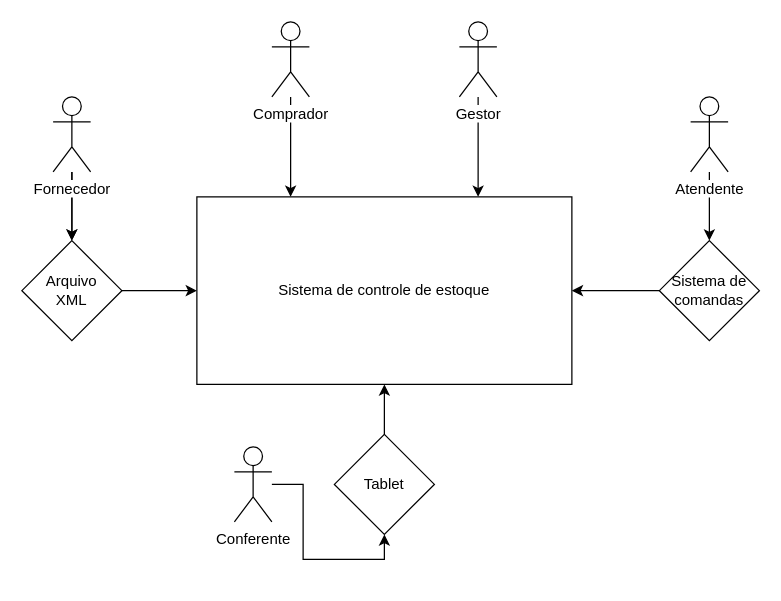
faconta/OPE keeps this draw.io diagram as Diagramas/Diagram OPE.drawio. Above is the earlier version. Source tidied: cells renumbered, new cells numbered last; positions are measured from the earlier drawing's top-left corner, leaving out a move shared by most shapes. Both pictures are drawn from the tidied source at 125%, with x=0, y=0 at pixel (21, 21).
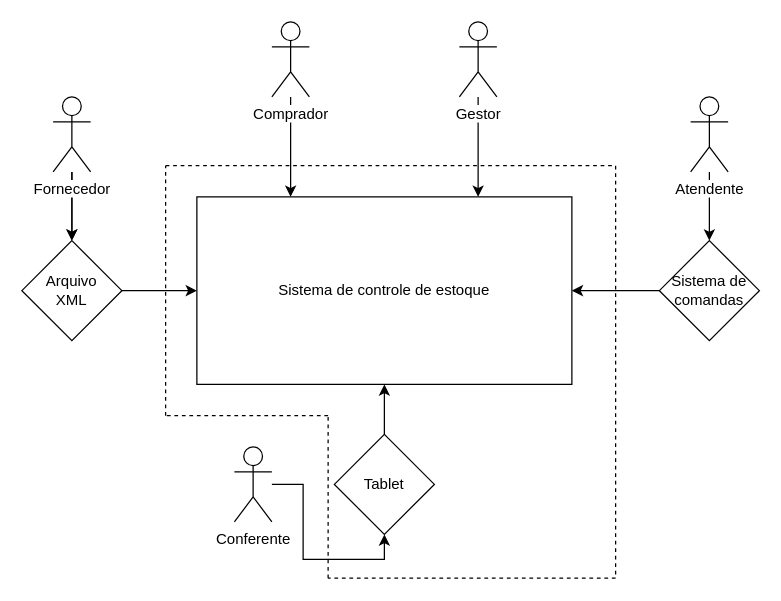
The same diagram, later.

Change to the diagram source:
```diff
@@
+    <mxCell id="20" style="endArrow=none;dashed=1;html=1;" parent="1" edge="1">
+      <mxGeometry relative="1" as="geometry">
+        <mxPoint x="115" y="315" as="sourcePoint" />
+        <mxPoint x="115" y="115" as="targetPoint" />
+      </mxGeometry>
+    </mxCell>
+    <mxCell id="21" style="endArrow=none;dashed=1;html=1;" parent="1" edge="1">
+      <mxGeometry relative="1" as="geometry">
+        <mxPoint x="245" y="315" as="sourcePoint" />
+        <mxPoint x="115" y="315" as="targetPoint" />
+      </mxGeometry>
+    </mxCell>
+    <mxCell id="22" style="endArrow=none;dashed=1;html=1;" parent="1" edge="1">
+      <mxGeometry relative="1" as="geometry">
+        <mxPoint x="245" y="445" as="sourcePoint" />
+        <mxPoint x="245" y="315" as="targetPoint" />
+      </mxGeometry>
+    </mxCell>
+    <mxCell id="23" style="endArrow=none;dashed=1;html=1;" parent="1" edge="1">
+      <mxGeometry relative="1" as="geometry">
+        <mxPoint x="475" y="445" as="sourcePoint" />
+        <mxPoint x="245" y="445" as="targetPoint" />
+      </mxGeometry>
+    </mxCell>
+    <mxCell id="24" style="endArrow=none;dashed=1;html=1;" parent="1" edge="1">
+      <mxGeometry relative="1" as="geometry">
+        <mxPoint x="475" y="115" as="sourcePoint" />
+        <mxPoint x="475" y="445" as="targetPoint" />
+      </mxGeometry>
+    </mxCell>
+    <mxCell id="25" style="endArrow=none;dashed=1;html=1;" parent="1" edge="1">
+      <mxGeometry relative="1" as="geometry">
+        <mxPoint x="115" y="115" as="sourcePoint" />
+        <mxPoint x="475" y="115" as="targetPoint" />
+      </mxGeometry>
+    </mxCell>
```
